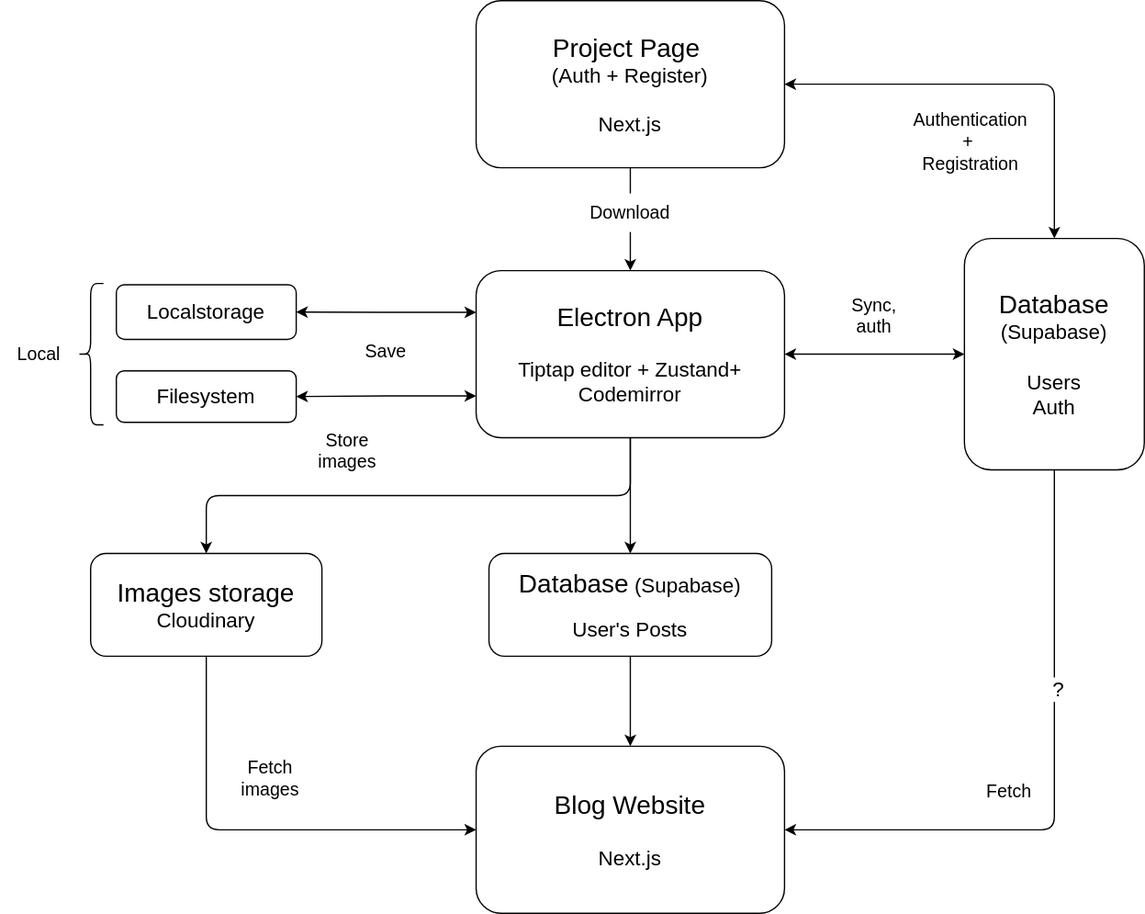
Before: phoenix-writer-model.svg, a diagram exported from draw.io (phoenixdevlabs/phoenix-writer-model). Source tidied: cells renumbered, new cells last; positions are measured from the earlier drawing's top-left corner, leaving out a move shared by most shapes.
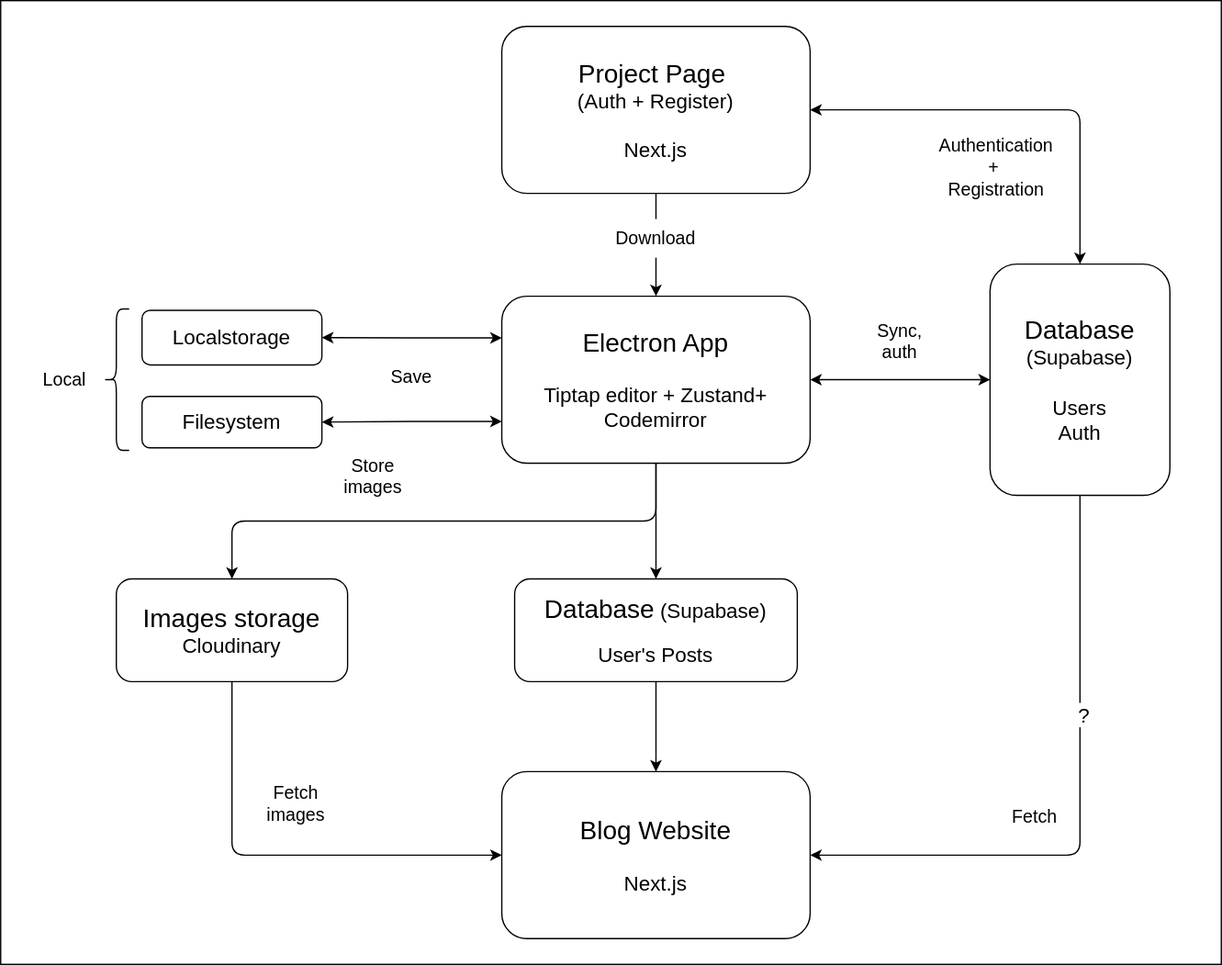
After the change.

Change to the diagram source:
```diff
@@ -1,4 +1,4 @@
-<mxGraphModel>
+<mxGraphModel background="#ffffff">
   <root>
     <mxCell id="0" />
     <mxCell id="1" parent="0" />
@@ -88,5 +88,8 @@
     <mxCell id="29" value="&lt;font style=&quot;font-size: 20px;&quot;&gt;Database&lt;/font&gt;&lt;font style=&quot;font-size: 16px;&quot;&gt; (Supabase)&lt;/font&gt;&lt;div&gt;&lt;br&gt;&lt;/div&gt;&lt;div&gt;&lt;font style=&quot;font-size: 16px;&quot;&gt;User's Posts&lt;/font&gt;&lt;/div&gt;" style="rounded=1;whiteSpace=wrap;html=1;" parent="1" vertex="1">
       <mxGeometry x="380" y="430" width="220" height="80" as="geometry" />
     </mxCell>
+    <mxCell id="30" style="rounded=0;whiteSpace=wrap;html=1;fillColor=none;" parent="1" vertex="1">
+      <mxGeometry x="-20" y="-20" width="950" height="750" as="geometry" />
+    </mxCell>
   </root>
 </mxGraphModel>
```
